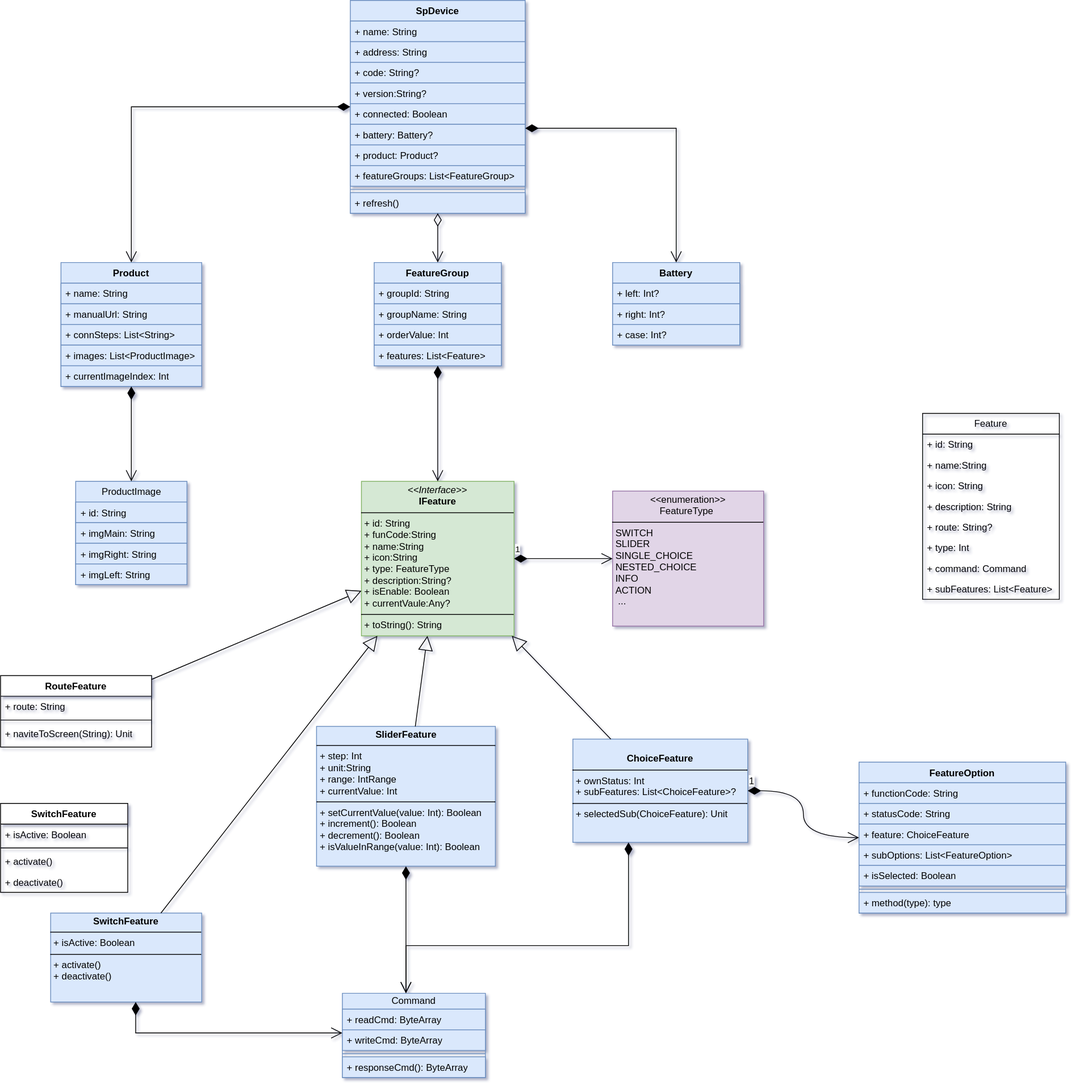
This is sp-device.drawio.svg from kekemao00/draw-libs, a draw.io export, as it was before one commit. Source tidied: cells renumbered, new cells last; positions are measured from the earlier drawing's top-left corner, leaving out a move shared by most shapes.
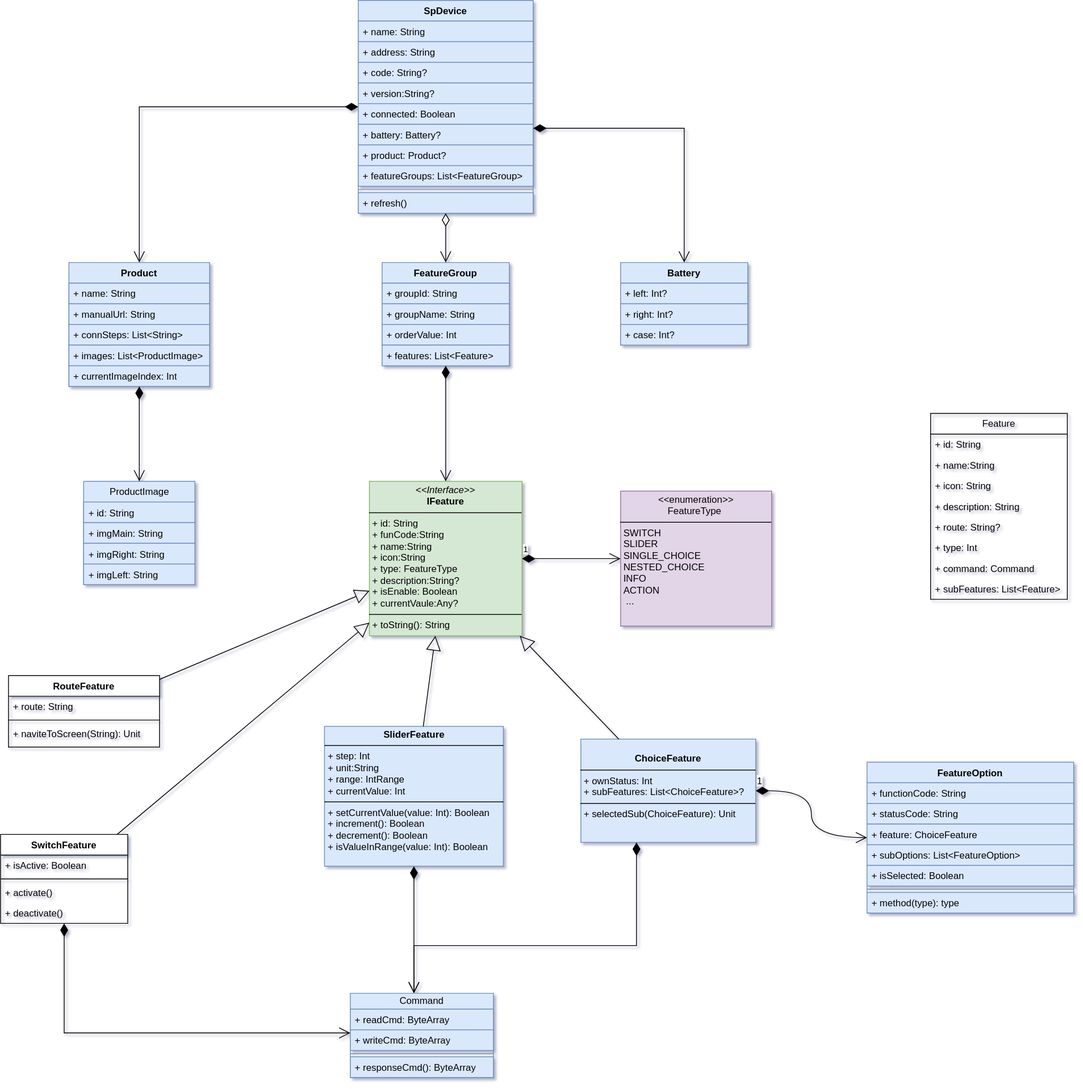
After the commit.

What changed in the source:
```diff
@@ -143,9 +143,6 @@
     <mxCell id="48" value="&lt;p style=&quot;margin:0px;margin-top:4px;text-align:center;&quot;&gt;&lt;br&gt;&lt;b&gt;ChoiceFeature&lt;/b&gt;&lt;/p&gt;&lt;hr size=&quot;1&quot; style=&quot;border-style:solid;&quot;&gt;&lt;p style=&quot;margin:0px;margin-left:4px;&quot;&gt;+ ownStatus: Int&lt;br&gt;+ subFeatures: List&amp;lt;ChoiceFeature&amp;gt;?&lt;/p&gt;&lt;hr size=&quot;1&quot; style=&quot;border-style:solid;&quot;&gt;&lt;p style=&quot;margin:0px;margin-left:4px;&quot;&gt;+ selectedSub(ChoiceFeature): Unit&lt;br&gt;&lt;/p&gt;" style="verticalAlign=top;align=left;overflow=fill;html=1;whiteSpace=wrap;fillColor=#dae8fc;strokeColor=#6c8ebf;" parent="1" vertex="1">
       <mxGeometry x="720" y="930" width="220" height="130" as="geometry" />
     </mxCell>
-    <mxCell id="49" value="&lt;p style=&quot;margin:0px;margin-top:4px;text-align:center;&quot;&gt;&lt;b&gt;SwitchFeature&lt;/b&gt;&lt;/p&gt;&lt;hr size=&quot;1&quot; style=&quot;border-style:solid;&quot;&gt;&lt;p style=&quot;margin:0px;margin-left:4px;&quot;&gt;+ isActive: Boolean&lt;br&gt;&lt;/p&gt;&lt;hr size=&quot;1&quot; style=&quot;border-style:solid;&quot;&gt;&lt;p style=&quot;margin:0px;margin-left:4px;&quot;&gt;+ activate()&lt;br&gt;+ deactivate()&lt;/p&gt;" style="verticalAlign=top;align=left;overflow=fill;html=1;whiteSpace=wrap;fillColor=#dae8fc;strokeColor=#6c8ebf;" parent="1" vertex="1">
-      <mxGeometry x="63" y="1149" width="190" height="112" as="geometry" />
-    </mxCell>
     <mxCell id="50" value="&lt;p style=&quot;margin:0px;margin-top:4px;text-align:center;&quot;&gt;&lt;b&gt;SliderFeature&lt;/b&gt;&lt;/p&gt;&lt;hr size=&quot;1&quot; style=&quot;border-style:solid;&quot;&gt;&lt;p style=&quot;margin:0px;margin-left:4px;&quot;&gt;+&amp;nbsp;step: Int&lt;br&gt;+ unit:String&lt;br&gt;+ range: IntRange&lt;br&gt;+&amp;nbsp;currentValue: Int&lt;br&gt;&lt;/p&gt;&lt;hr size=&quot;1&quot; style=&quot;border-style:solid;&quot;&gt;&lt;p style=&quot;margin:0px;margin-left:4px;&quot;&gt;+ setCurrentValue(value: Int): Boolean&lt;/p&gt;&lt;p style=&quot;margin:0px;margin-left:4px;&quot;&gt;+ increment(): Boolean&lt;/p&gt;&lt;p style=&quot;margin:0px;margin-left:4px;&quot;&gt;+ decrement(): Boolean&lt;/p&gt;&lt;p style=&quot;margin:0px;margin-left:4px;&quot;&gt;+ isValueInRange(value: Int): Boolean&lt;/p&gt;" style="verticalAlign=top;align=left;overflow=fill;html=1;whiteSpace=wrap;fillColor=#dae8fc;strokeColor=#6c8ebf;" parent="1" vertex="1">
       <mxGeometry x="397.5" y="914" width="225" height="176" as="geometry" />
     </mxCell>
@@ -172,7 +169,7 @@
     <mxCell id="56" style="endArrow=block;endSize=16;endFill=0;html=1;rounded=0;" parent="1" edge="1" source="74" target="47">
       <mxGeometry relative="1" as="geometry" />
     </mxCell>
-    <mxCell id="57" style="endArrow=block;endSize=16;endFill=0;html=1;rounded=0;" parent="1" edge="1" source="49" target="47">
+    <mxCell id="57" style="endArrow=block;endSize=16;endFill=0;html=1;rounded=0;" parent="1" edge="1" source="78" target="47">
       <mxGeometry relative="1" as="geometry" />
     </mxCell>
     <mxCell id="58" style="endArrow=block;endSize=16;endFill=0;html=1;rounded=0;" parent="1" edge="1" source="50" target="47">
@@ -189,10 +186,10 @@
         </Array>
       </mxGeometry>
     </mxCell>
-    <mxCell id="61" style="endArrow=open;html=1;endSize=12;startArrow=diamondThin;startSize=14;startFill=1;edgeStyle=orthogonalEdgeStyle;align=left;verticalAlign=bottom;rounded=0;" parent="1" edge="1" source="49" target="42">
+    <mxCell id="61" style="endArrow=open;html=1;endSize=12;startArrow=diamondThin;startSize=14;startFill=1;edgeStyle=orthogonalEdgeStyle;align=left;verticalAlign=bottom;rounded=0;" parent="1" edge="1" source="78" target="42">
       <mxGeometry x="-1" y="3" relative="1" as="geometry">
         <Array as="points">
-          <mxPoint x="170" y="1300" />
+          <mxPoint x="70" y="1300" />
         </Array>
       </mxGeometry>
     </mxCell>
@@ -250,7 +247,7 @@
       <mxGeometry y="60" width="190" height="30" as="geometry" />
     </mxCell>
     <mxCell id="78" value="SwitchFeature" style="swimlane;fontStyle=1;align=center;verticalAlign=top;horizontal=1;startSize=26;whiteSpace=wrap;html=1;" parent="1" vertex="1">
-      <mxGeometry y="1011" width="160" height="112" as="geometry" />
+      <mxGeometry x="-10" y="1050" width="160" height="112" as="geometry" />
     </mxCell>
     <mxCell id="79" value="+ isActive: Boolean" style="text;strokeColor=none;fillColor=none;align=left;verticalAlign=top;spacingLeft=4;spacingRight=4;overflow=hidden;whiteSpace=wrap;html=1;" parent="78" vertex="1">
       <mxGeometry y="26" width="160" height="26" as="geometry" />
```
